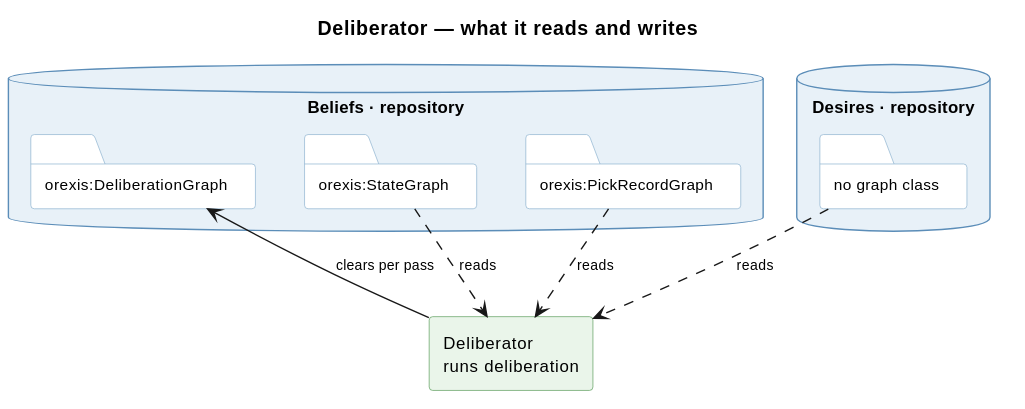
Earlier version of the PlantUML export knowledge/diagrams/service-deliberator.svg (ShishkinDmitriy/orexis).
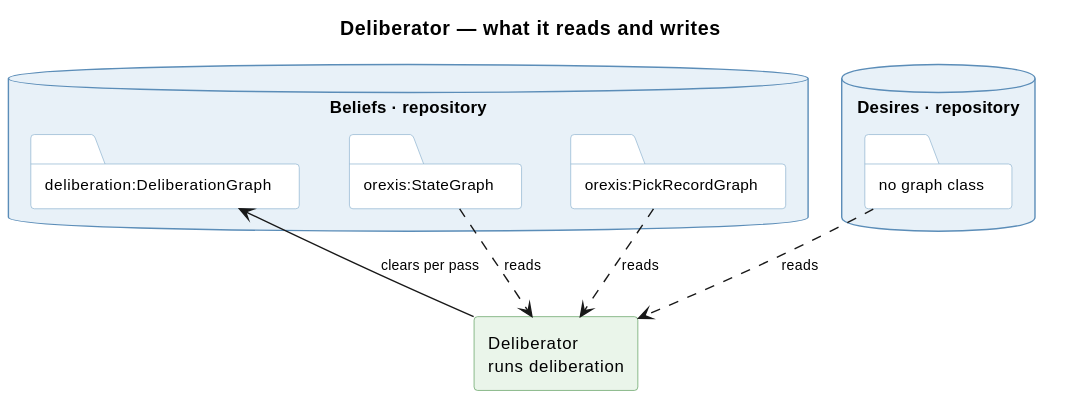
The same diagram one commit later.

Diff of the diagram source:
```diff
@@ -24,7 +24,7 @@
 database "Beliefs · repository" as BEL {
   folder "orexis:StateGraph" as S
   folder "orexis:PickRecordGraph" as P
-  folder "orexis:DeliberationGraph" as D
+  folder "deliberation:DeliberationGraph" as D
 }
 
 database "Desires · repository" as DES {
```
